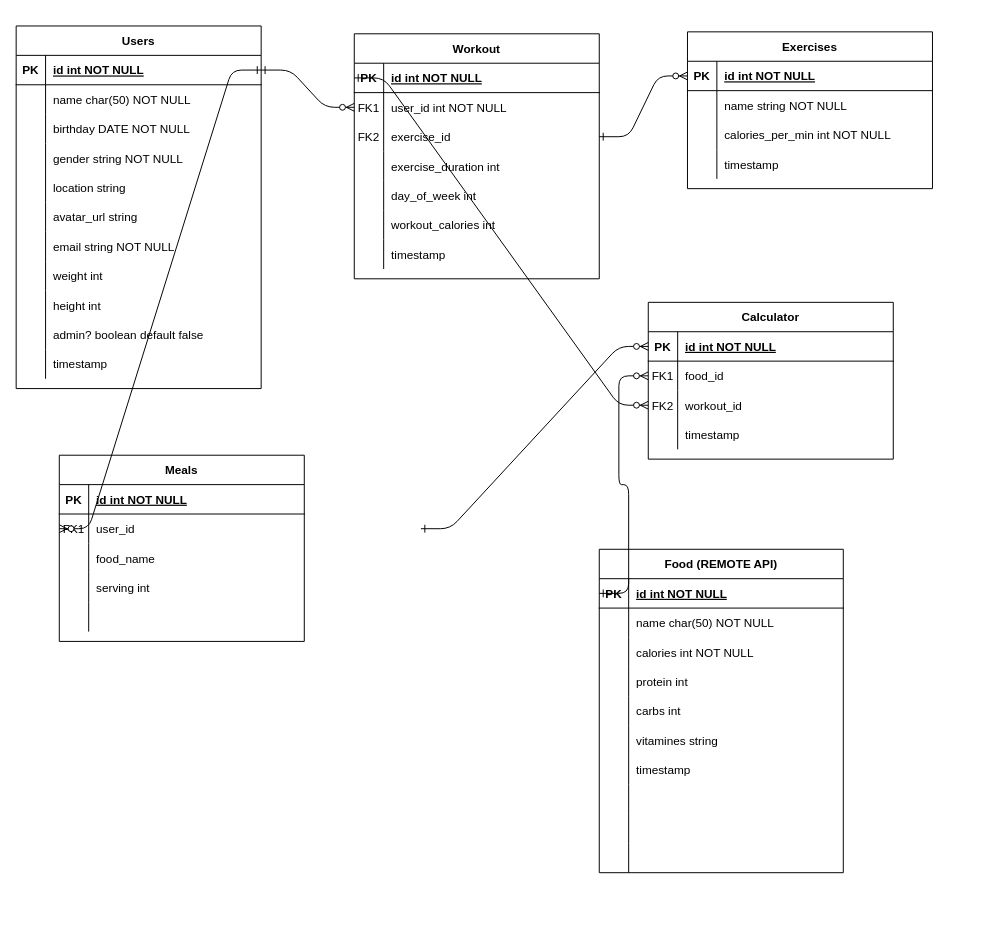
This is ERD.drawio from jshenlive/MacroPal, a draw.io file, before an edit. Source tidied: cells renumbered, new cells numbered last; positions are measured from the earlier drawing's top-left corner, leaving out a move shared by most shapes. Both pictures are drawn from the tidied source at 98%, with x=0, y=0 at pixel (16, 25).
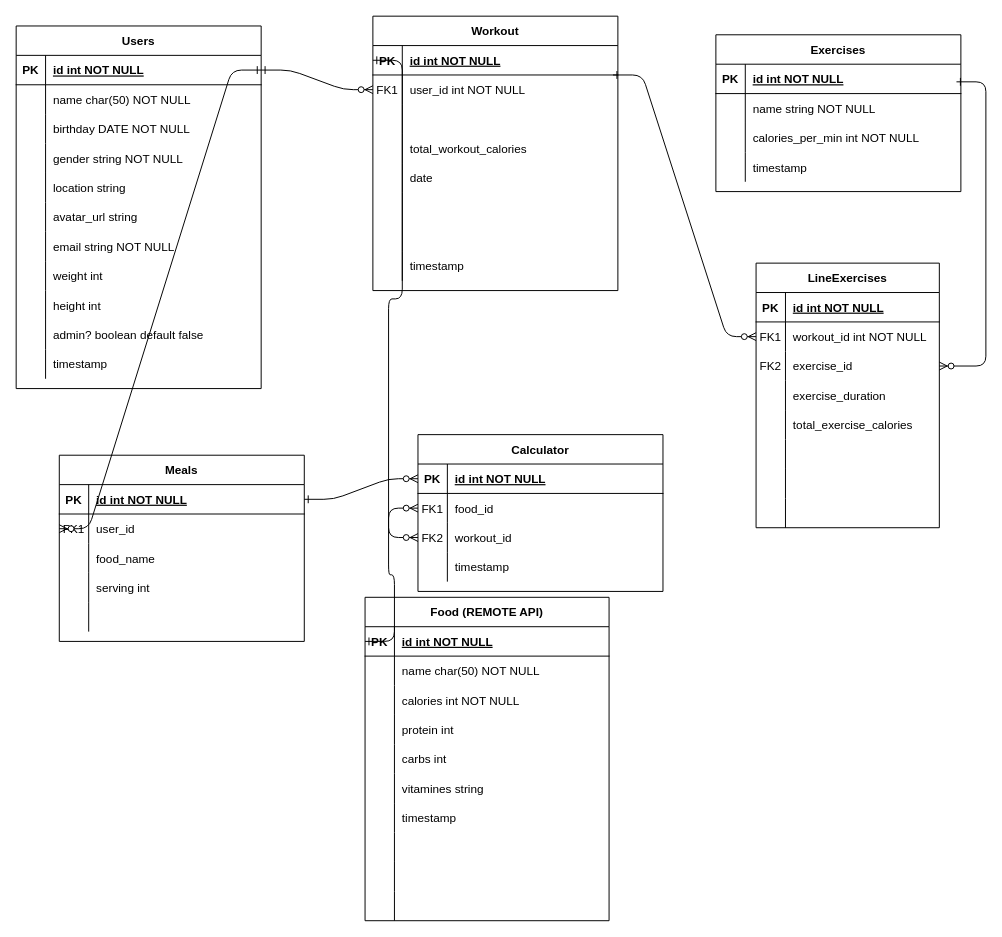
The same diagram, later.

Commit message (it also covers changes not shown here):
add workout and LineExercise

The change refers to these unchanged cells:
```xml
<mxCell id="11" style="shape=partialRectangle;fillColor=none;points=[[0,0.5],[1,0.5]];portConstraint=eastwest;top=0;left=0;right=0;bottom=0;" parent="4" vertex="1">
  <mxGeometry y="90" width="250" height="30" as="geometry" />
</mxCell>
<mxCell id="14" style="shape=partialRectangle;fillColor=none;top=0;left=0;right=0;bottom=0;" parent="4" vertex="1">
  <mxGeometry y="120" width="250" height="30" as="geometry" />
</mxCell>
<mxCell id="27" style="shape=partialRectangle;fillColor=none;points=[[0,0.5],[1,0.5]];portConstraint=eastwest;top=0;left=0;right=0;bottom=1;" parent="26" vertex="1">
  <mxGeometry y="30" width="250" height="30" as="geometry" />
</mxCell>
<mxCell id="105" style="shape=partialRectangle;fillColor=none;points=[[0,0.5],[1,0.5]];portConstraint=eastwest;top=0;left=0;right=0;bottom=1;" parent="104" vertex="1">
  <mxGeometry y="30" width="250" height="30" as="geometry" />
</mxCell>
<mxCell id="120" style="shape=partialRectangle;fillColor=none;points=[[0,0.5],[1,0.5]];portConstraint=eastwest;top=0;left=0;right=0;bottom=1;" parent="119" vertex="1">
  <mxGeometry y="30" width="250" height="30" as="geometry" />
</mxCell>
```

What changed in the source:
```diff
@@
-    <mxCell id="3" style="edgeStyle=entityRelationEdgeStyle;endArrow=ERzeroToMany;startArrow=ERone;endFill=1;startFill=0;exitX=1;exitY=0.5;exitDx=0;exitDy=0;entryX=0;entryY=0.5;entryDx=0;entryDy=0;" parent="1" edge="1" source="11" target="27">
-      <mxGeometry relative="1" as="geometry" />
-    </mxCell>
     <mxCell id="4" value="Workout" style="shape=table;startSize=30;childLayout=tableLayout;rowLines=0;fontStyle=1;align=center;" parent="1" vertex="1">
-      <mxGeometry x="345" y="8" width="250" height="250" as="geometry" />
+      <mxGeometry x="364" y="-10" width="250" height="280" as="geometry" />
     </mxCell>
@@
-    <mxCell id="12" value="FK2" style="shape=partialRectangle;overflow=hidden;fillColor=none;top=0;left=0;bottom=0;right=0;" parent="11" vertex="1">
+    <mxCell id="12" style="shape=partialRectangle;overflow=hidden;fillColor=none;top=0;left=0;bottom=0;right=0;" parent="11" vertex="1">
       <mxGeometry width="30" height="30" as="geometry" />
     </mxCell>
-    <mxCell id="13" value="exercise_id" style="shape=partialRectangle;overflow=hidden;fillColor=none;top=0;left=0;bottom=0;right=0;align=left;spacingLeft=6;" parent="11" vertex="1">
+    <mxCell id="13" style="shape=partialRectangle;overflow=hidden;fillColor=none;top=0;left=0;bottom=0;right=0;align=left;spacingLeft=6;" parent="11" vertex="1">
       <mxGeometry x="30" width="220" height="30" as="geometry" />
     </mxCell>
@@
-    <mxCell id="16" value="exercise_duration int" style="shape=partialRectangle;overflow=hidden;fillColor=none;top=0;left=0;bottom=0;right=0;align=left;spacingLeft=6;" parent="14" vertex="1">
+    <mxCell id="16" value="total_workout_calories" style="shape=partialRectangle;overflow=hidden;fillColor=none;top=0;left=0;bottom=0;right=0;align=left;spacingLeft=6;" parent="14" vertex="1">
       <mxGeometry x="30" width="220" height="30" as="geometry" />
     </mxCell>
+    <mxCell id="137" style="shape=partialRectangle;fillColor=none;top=0;left=0;right=0;bottom=0;" parent="4" vertex="1">
+      <mxGeometry y="150" width="250" height="30" as="geometry" />
+    </mxCell>
+    <mxCell id="138" value="    " style="shape=partialRectangle;overflow=hidden;fillColor=none;top=0;left=0;bottom=0;right=0;" parent="137" vertex="1">
+      <mxGeometry width="30" height="30" as="geometry" />
+    </mxCell>
+    <mxCell id="139" value="date" style="shape=partialRectangle;overflow=hidden;fillColor=none;top=0;left=0;bottom=0;right=0;align=left;spacingLeft=6;" parent="137" vertex="1">
+      <mxGeometry x="30" width="220" height="30" as="geometry" />
+    </mxCell>
     <mxCell id="17" style="shape=partialRectangle;fillColor=none;top=0;left=0;right=0;bottom=0;" parent="4" vertex="1">
-      <mxGeometry y="150" width="250" height="30" as="geometry" />
+      <mxGeometry y="180" width="250" height="30" as="geometry" />
     </mxCell>
@@
-    <mxCell id="19" value="day_of_week int" style="shape=partialRectangle;overflow=hidden;fillColor=none;top=0;left=0;bottom=0;right=0;align=left;spacingLeft=6;" parent="17" vertex="1">
+    <mxCell id="19" style="shape=partialRectangle;overflow=hidden;fillColor=none;top=0;left=0;bottom=0;right=0;align=left;spacingLeft=6;" parent="17" vertex="1">
       <mxGeometry x="30" width="220" height="30" as="geometry" />
     </mxCell>
     <mxCell id="20" style="shape=partialRectangle;fillColor=none;top=0;left=0;right=0;bottom=0;" parent="4" vertex="1">
-      <mxGeometry y="180" width="250" height="30" as="geometry" />
+      <mxGeometry y="210" width="250" height="30" as="geometry" />
     </mxCell>
@@
-    <mxCell id="22" value="workout_calories int" style="shape=partialRectangle;overflow=hidden;fillColor=none;top=0;left=0;bottom=0;right=0;align=left;spacingLeft=6;" parent="20" vertex="1">
+    <mxCell id="22" style="shape=partialRectangle;overflow=hidden;fillColor=none;top=0;left=0;bottom=0;right=0;align=left;spacingLeft=6;" parent="20" vertex="1">
       <mxGeometry x="30" width="220" height="30" as="geometry" />
     </mxCell>
     <mxCell id="23" style="shape=partialRectangle;fillColor=none;top=0;left=0;right=0;bottom=0;" parent="4" vertex="1">
-      <mxGeometry y="210" width="250" height="30" as="geometry" />
+      <mxGeometry y="240" width="250" height="30" as="geometry" />
     </mxCell>
@@
     <mxCell id="26" value="Exercises" style="shape=table;startSize=30;childLayout=tableLayout;rowLines=0;fontStyle=1;align=center;" parent="1" vertex="1">
-      <mxGeometry x="685" y="6" width="250" height="160" as="geometry" />
+      <mxGeometry x="714" y="9" width="250" height="160" as="geometry" />
     </mxCell>
@@
     <mxCell id="73" value="Food (REMOTE API)" style="shape=table;startSize=30;childLayout=tableLayout;rowLines=0;fontStyle=1;align=center;" parent="1" vertex="1">
-      <mxGeometry x="595" y="534" width="249" height="330" as="geometry" />
+      <mxGeometry x="356" y="583" width="249" height="330" as="geometry" />
     </mxCell>
@@
     <mxCell id="104" value="Calculator" style="shape=table;startSize=30;childLayout=tableLayout;rowLines=0;fontStyle=1;align=center;" parent="1" vertex="1">
-      <mxGeometry x="645" y="282" width="250" height="160" as="geometry" />
+      <mxGeometry x="410" y="417" width="250" height="160" as="geometry" />
     </mxCell>
@@
-    <mxCell id="136" style="edgeStyle=entityRelationEdgeStyle;endArrow=ERzeroToMany;startArrow=ERone;endFill=1;startFill=0;" parent="1" edge="1" target="105">
-      <mxGeometry relative="1" as="geometry">
-        <mxPoint x="413" y="513" as="sourcePoint" />
-      </mxGeometry>
+    <mxCell id="136" style="edgeStyle=entityRelationEdgeStyle;endArrow=ERzeroToMany;startArrow=ERone;endFill=1;startFill=0;" parent="1" edge="1" source="120" target="105">
+      <mxGeometry relative="1" as="geometry" />
     </mxCell>
+    <mxCell id="140" value="LineExercises" style="shape=table;startSize=30;childLayout=tableLayout;rowLines=0;fontStyle=1;align=center;" parent="1" vertex="1">
+      <mxGeometry x="755" y="242" width="187" height="270" as="geometry" />
+    </mxCell>
+    <mxCell id="141" style="shape=partialRectangle;fillColor=none;top=0;left=0;right=0;bottom=1;" parent="140" vertex="1">
+      <mxGeometry y="30" width="187" height="30" as="geometry" />
+    </mxCell>
+    <mxCell id="142" value="PK" style="shape=partialRectangle;overflow=hidden;fillColor=none;top=0;left=0;bottom=0;right=0;fontStyle=1;" parent="141" vertex="1">
+      <mxGeometry width="30" height="30" as="geometry" />
+    </mxCell>
+    <mxCell id="143" value="id int NOT NULL " style="shape=partialRectangle;overflow=hidden;fillColor=none;top=0;left=0;bottom=0;right=0;align=left;spacingLeft=6;fontStyle=5;" parent="141" vertex="1">
+      <mxGeometry x="30" width="157" height="30" as="geometry" />
+    </mxCell>
+    <mxCell id="144" style="shape=partialRectangle;fillColor=none;points=[[0,0.5],[1,0.5]];portConstraint=eastwest;top=0;left=0;right=0;bottom=0;" parent="140" vertex="1">
+      <mxGeometry y="60" width="187" height="30" as="geometry" />
+    </mxCell>
+    <mxCell id="145" value="FK1" style="shape=partialRectangle;overflow=hidden;fillColor=none;top=0;left=0;bottom=0;right=0;" parent="144" vertex="1">
+      <mxGeometry width="30" height="30" as="geometry" />
+    </mxCell>
+    <mxCell id="146" value="workout_id int NOT NULL" style="shape=partialRectangle;overflow=hidden;fillColor=none;top=0;left=0;bottom=0;right=0;align=left;spacingLeft=6;" parent="144" vertex="1">
+      <mxGeometry x="30" width="157" height="30" as="geometry" />
+    </mxCell>
+    <mxCell id="147" style="shape=partialRectangle;fillColor=none;points=[[0,0.5],[1,0.5]];portConstraint=eastwest;top=0;left=0;right=0;bottom=0;" parent="140" vertex="1">
+      <mxGeometry y="90" width="187" height="30" as="geometry" />
+    </mxCell>
+    <mxCell id="148" value="FK2" style="shape=partialRectangle;overflow=hidden;fillColor=none;top=0;left=0;bottom=0;right=0;" parent="147" vertex="1">
+      <mxGeometry width="30" height="30" as="geometry" />
+    </mxCell>
+    <mxCell id="149" value="exercise_id" style="shape=partialRectangle;overflow=hidden;fillColor=none;top=0;left=0;bottom=0;right=0;align=left;spacingLeft=6;" parent="147" vertex="1">
+      <mxGeometry x="30" width="157" height="30" as="geometry" />
+    </mxCell>
+    <mxCell id="150" style="shape=partialRectangle;fillColor=none;top=0;left=0;right=0;bottom=0;" parent="140" vertex="1">
+      <mxGeometry y="120" width="187" height="30" as="geometry" />
+    </mxCell>
+    <mxCell id="151" value="    " style="shape=partialRectangle;overflow=hidden;fillColor=none;top=0;left=0;bottom=0;right=0;" parent="150" vertex="1">
+      <mxGeometry width="30" height="30" as="geometry" />
+    </mxCell>
+    <mxCell id="152" value="exercise_duration" style="shape=partialRectangle;overflow=hidden;fillColor=none;top=0;left=0;bottom=0;right=0;align=left;spacingLeft=6;" parent="150" vertex="1">
+      <mxGeometry x="30" width="157" height="30" as="geometry" />
+    </mxCell>
+    <mxCell id="153" style="shape=partialRectangle;fillColor=none;top=0;left=0;right=0;bottom=0;" parent="140" vertex="1">
+      <mxGeometry y="150" width="187" height="30" as="geometry" />
+    </mxCell>
+    <mxCell id="154" value="    " style="shape=partialRectangle;overflow=hidden;fillColor=none;top=0;left=0;bottom=0;right=0;" parent="153" vertex="1">
+      <mxGeometry width="30" height="30" as="geometry" />
+    </mxCell>
+    <mxCell id="155" value="total_exercise_calories" style="shape=partialRectangle;overflow=hidden;fillColor=none;top=0;left=0;bottom=0;right=0;align=left;spacingLeft=6;" parent="153" vertex="1">
+      <mxGeometry x="30" width="157" height="30" as="geometry" />
+    </mxCell>
+    <mxCell id="156" style="shape=partialRectangle;fillColor=none;top=0;left=0;right=0;bottom=0;" parent="140" vertex="1">
+      <mxGeometry y="180" width="187" height="30" as="geometry" />
+    </mxCell>
+    <mxCell id="157" style="shape=partialRectangle;overflow=hidden;fillColor=none;top=0;left=0;bottom=0;right=0;" parent="156" vertex="1">
+      <mxGeometry width="30" height="30" as="geometry" />
+    </mxCell>
+    <mxCell id="158" style="shape=partialRectangle;overflow=hidden;fillColor=none;top=0;left=0;bottom=0;right=0;align=left;spacingLeft=6;" parent="156" vertex="1">
+      <mxGeometry x="30" width="157" height="30" as="geometry" />
+    </mxCell>
+    <mxCell id="159" style="shape=partialRectangle;fillColor=none;top=0;left=0;right=0;bottom=0;" parent="140" vertex="1">
+      <mxGeometry y="210" width="187" height="30" as="geometry" />
+    </mxCell>
+    <mxCell id="160" style="shape=partialRectangle;overflow=hidden;fillColor=none;top=0;left=0;bottom=0;right=0;" parent="159" vertex="1">
+      <mxGeometry width="30" height="30" as="geometry" />
+    </mxCell>
+    <mxCell id="161" style="shape=partialRectangle;overflow=hidden;fillColor=none;top=0;left=0;bottom=0;right=0;align=left;spacingLeft=6;" parent="159" vertex="1">
+      <mxGeometry x="30" width="157" height="30" as="geometry" />
+    </mxCell>
+    <mxCell id="162" style="shape=partialRectangle;fillColor=none;top=0;left=0;right=0;bottom=0;" parent="140" vertex="1">
+      <mxGeometry y="240" width="187" height="30" as="geometry" />
+    </mxCell>
+    <mxCell id="163" style="shape=partialRectangle;overflow=hidden;fillColor=none;top=0;left=0;bottom=0;right=0;" parent="162" vertex="1">
+      <mxGeometry width="30" height="30" as="geometry" />
+    </mxCell>
+    <mxCell id="164" style="shape=partialRectangle;overflow=hidden;fillColor=none;top=0;left=0;bottom=0;right=0;align=left;spacingLeft=6;" parent="162" vertex="1">
+      <mxGeometry x="30" width="157" height="30" as="geometry" />
+    </mxCell>
+    <mxCell id="165" style="edgeStyle=entityRelationEdgeStyle;endArrow=ERzeroToMany;startArrow=ERone;endFill=1;startFill=0;entryX=1;entryY=0.5;entryDx=0;entryDy=0;" parent="1" edge="1" target="147">
+      <mxGeometry relative="1" as="geometry">
+        <mxPoint x="959.5" y="57" as="sourcePoint" />
+      </mxGeometry>
+    </mxCell>
+    <mxCell id="166" style="edgeStyle=entityRelationEdgeStyle;endArrow=ERzeroToMany;startArrow=ERone;endFill=1;startFill=0;entryX=0;entryY=0.5;entryDx=0;entryDy=0;" parent="1" edge="1" target="144">
+      <mxGeometry relative="1" as="geometry">
+        <mxPoint x="609" y="50" as="sourcePoint" />
+      </mxGeometry>
+    </mxCell>
```
